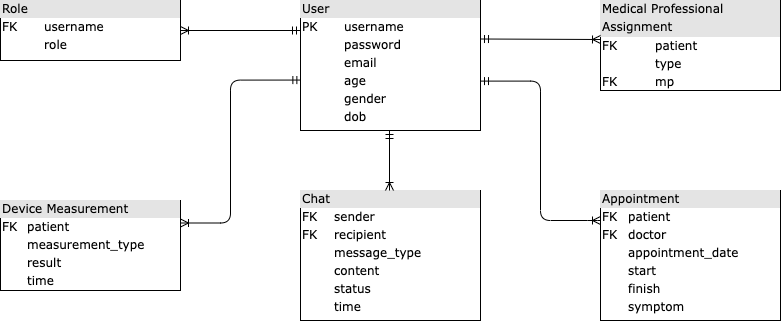
The draw.io diagram Pictures/db.png in Zihang97/Medical_Platform, before a commit. Source tidied: cells renumbered, new cells last; positions are measured from the earlier drawing's top-left corner, leaving out a move shared by most shapes.
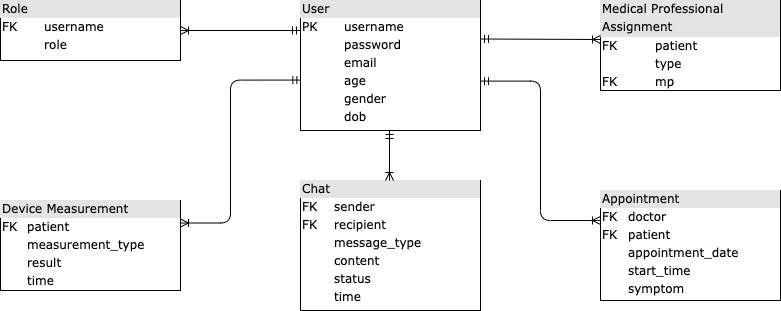
Later version of the same file.

Change to the diagram source:
```diff
@@ -11,8 +11,8 @@
     <mxCell id="4" value="&lt;div style=&quot;box-sizing: border-box ; width: 100% ; background: #e4e4e4 ; padding: 2px&quot;&gt;Device Measurement&lt;/div&gt;&lt;table style=&quot;width: 100% ; font-size: 1em&quot; cellpadding=&quot;2&quot; cellspacing=&quot;0&quot;&gt;&lt;tbody&gt;&lt;tr&gt;&lt;td&gt;FK&lt;br&gt;&lt;/td&gt;&lt;td&gt;patient&lt;/td&gt;&lt;/tr&gt;&lt;tr&gt;&lt;td&gt;&lt;br&gt;&lt;/td&gt;&lt;td&gt;measurement_type&lt;/td&gt;&lt;/tr&gt;&lt;tr&gt;&lt;td&gt;&lt;/td&gt;&lt;td&gt;result&lt;/td&gt;&lt;/tr&gt;&lt;tr&gt;&lt;td&gt;&lt;br&gt;&lt;/td&gt;&lt;td&gt;time&lt;br&gt;&lt;/td&gt;&lt;/tr&gt;&lt;/tbody&gt;&lt;/table&gt;" style="verticalAlign=top;align=left;overflow=fill;html=1;rounded=0;shadow=0;comic=0;labelBackgroundColor=none;strokeWidth=1;fontFamily=Verdana;fontSize=12;" parent="1" vertex="1">
       <mxGeometry y="200" width="180" height="90" as="geometry" />
     </mxCell>
-    <mxCell id="5" value="&lt;div style=&quot;box-sizing: border-box ; width: 100% ; background: #e4e4e4 ; padding: 2px&quot;&gt;Appointment&lt;/div&gt;&lt;table style=&quot;width: 100% ; font-size: 1em&quot; cellpadding=&quot;2&quot; cellspacing=&quot;0&quot;&gt;&lt;tbody&gt;&lt;tr&gt;&lt;td&gt;FK&lt;/td&gt;&lt;td&gt;patient&amp;nbsp;&lt;/td&gt;&lt;/tr&gt;&lt;tr&gt;&lt;td&gt;FK&lt;br&gt;&lt;/td&gt;&lt;td&gt;doctor&lt;/td&gt;&lt;/tr&gt;&lt;tr&gt;&lt;td&gt;&lt;br&gt;&lt;/td&gt;&lt;td&gt;appointment_date&lt;br&gt;&lt;/td&gt;&lt;/tr&gt;&lt;tr&gt;&lt;td&gt;&lt;br&gt;&lt;/td&gt;&lt;td&gt;start&lt;br&gt;&lt;/td&gt;&lt;/tr&gt;&lt;tr&gt;&lt;td&gt;&lt;br&gt;&lt;/td&gt;&lt;td&gt;finish&lt;br&gt;&lt;/td&gt;&lt;/tr&gt;&lt;tr&gt;&lt;td&gt;&lt;br&gt;&lt;/td&gt;&lt;td&gt;symptom&lt;/td&gt;&lt;/tr&gt;&lt;/tbody&gt;&lt;/table&gt;" style="verticalAlign=top;align=left;overflow=fill;html=1;rounded=0;shadow=0;comic=0;labelBackgroundColor=none;strokeWidth=1;fontFamily=Verdana;fontSize=12;" parent="1" vertex="1">
-      <mxGeometry x="600" y="190" width="180" height="130" as="geometry" />
+    <mxCell id="5" value="&lt;div style=&quot;box-sizing: border-box ; width: 100% ; background: #e4e4e4 ; padding: 2px&quot;&gt;Appointment&lt;/div&gt;&lt;table style=&quot;width: 100% ; font-size: 1em&quot; cellpadding=&quot;2&quot; cellspacing=&quot;0&quot;&gt;&lt;tbody&gt;&lt;tr&gt;&lt;td&gt;FK&lt;/td&gt;&lt;td&gt;doctor&lt;br&gt;&lt;/td&gt;&lt;/tr&gt;&lt;tr&gt;&lt;td&gt;FK&lt;br&gt;&lt;/td&gt;&lt;td&gt;patient&amp;nbsp;&lt;/td&gt;&lt;/tr&gt;&lt;tr&gt;&lt;td&gt;&lt;br&gt;&lt;/td&gt;&lt;td&gt;appointment_date&lt;br&gt;&lt;/td&gt;&lt;/tr&gt;&lt;tr&gt;&lt;td&gt;&lt;br&gt;&lt;/td&gt;&lt;td&gt;start_time&lt;br&gt;&lt;/td&gt;&lt;/tr&gt;&lt;tr&gt;&lt;td&gt;&lt;br&gt;&lt;/td&gt;&lt;td&gt;symptom&lt;/td&gt;&lt;/tr&gt;&lt;/tbody&gt;&lt;/table&gt;" style="verticalAlign=top;align=left;overflow=fill;html=1;rounded=0;shadow=0;comic=0;labelBackgroundColor=none;strokeWidth=1;fontFamily=Verdana;fontSize=12;" parent="1" vertex="1">
+      <mxGeometry x="600" y="190" width="180" height="110" as="geometry" />
     </mxCell>
     <mxCell id="6" value="&lt;div style=&quot;box-sizing: border-box ; width: 100% ; background: #e4e4e4 ; padding: 2px&quot;&gt;Medical Professional&amp;nbsp;&lt;/div&gt;&lt;div style=&quot;box-sizing: border-box ; width: 100% ; background: #e4e4e4 ; padding: 2px&quot;&gt;Assignment&lt;/div&gt;&lt;table style=&quot;width: 100% ; font-size: 1em&quot; cellpadding=&quot;2&quot; cellspacing=&quot;0&quot;&gt;&lt;tbody&gt;&lt;tr&gt;&lt;td&gt;FK&lt;br&gt;&lt;/td&gt;&lt;td&gt;patient&lt;/td&gt;&lt;/tr&gt;&lt;tr&gt;&lt;td&gt;&lt;br&gt;&lt;/td&gt;&lt;td&gt;type&lt;/td&gt;&lt;/tr&gt;&lt;tr&gt;&lt;td&gt;FK&lt;/td&gt;&lt;td&gt;mp&lt;/td&gt;&lt;/tr&gt;&lt;/tbody&gt;&lt;/table&gt;" style="verticalAlign=top;align=left;overflow=fill;html=1;rounded=0;shadow=0;comic=0;labelBackgroundColor=none;strokeWidth=1;fontFamily=Verdana;fontSize=12;" parent="1" vertex="1">
       <mxGeometry x="600" width="180" height="90" as="geometry" />
@@ -37,12 +37,12 @@
       </mxGeometry>
     </mxCell>
     <mxCell id="10" value="&lt;div style=&quot;box-sizing: border-box ; width: 100% ; background: #e4e4e4 ; padding: 2px&quot;&gt;Chat&lt;/div&gt;&lt;table style=&quot;width: 100% ; font-size: 1em&quot; cellpadding=&quot;2&quot; cellspacing=&quot;0&quot;&gt;&lt;tbody&gt;&lt;tr&gt;&lt;td&gt;FK&lt;br&gt;&lt;/td&gt;&lt;td&gt;sender&lt;/td&gt;&lt;/tr&gt;&lt;tr&gt;&lt;td&gt;FK&lt;/td&gt;&lt;td&gt;recipient&lt;/td&gt;&lt;/tr&gt;&lt;tr&gt;&lt;td&gt;&lt;/td&gt;&lt;td&gt;message_type&lt;/td&gt;&lt;/tr&gt;&lt;tr&gt;&lt;td&gt;&lt;br&gt;&lt;/td&gt;&lt;td&gt;content&lt;br&gt;&lt;/td&gt;&lt;/tr&gt;&lt;tr&gt;&lt;td&gt;&lt;br&gt;&lt;/td&gt;&lt;td&gt;status&lt;br&gt;&lt;/td&gt;&lt;/tr&gt;&lt;tr&gt;&lt;td&gt;&lt;br&gt;&lt;/td&gt;&lt;td&gt;time&lt;br&gt;&lt;/td&gt;&lt;/tr&gt;&lt;/tbody&gt;&lt;/table&gt;" style="verticalAlign=top;align=left;overflow=fill;html=1;rounded=0;shadow=0;comic=0;labelBackgroundColor=none;strokeWidth=1;fontFamily=Verdana;fontSize=12;" parent="1" vertex="1">
-      <mxGeometry x="300" y="190" width="180" height="130" as="geometry" />
+      <mxGeometry x="300" y="180" width="180" height="130" as="geometry" />
     </mxCell>
-    <mxCell id="11" style="edgeStyle=orthogonalEdgeStyle;html=1;endArrow=ERoneToMany;startArrow=ERmandOne;labelBackgroundColor=none;fontFamily=Verdana;fontSize=12;align=left;entryX=0.5;entryY=0;entryDx=0;entryDy=0;" parent="1" edge="1">
+    <mxCell id="11" style="edgeStyle=orthogonalEdgeStyle;html=1;endArrow=ERoneToMany;startArrow=ERmandOne;labelBackgroundColor=none;fontFamily=Verdana;fontSize=12;align=left;" parent="1" edge="1">
       <mxGeometry relative="1" as="geometry">
         <mxPoint x="389" y="130" as="sourcePoint" />
-        <mxPoint x="389" y="190" as="targetPoint" />
+        <mxPoint x="389" y="180" as="targetPoint" />
       </mxGeometry>
     </mxCell>
     <mxCell id="12" style="edgeStyle=orthogonalEdgeStyle;html=1;endArrow=ERoneToMany;startArrow=ERmandOne;labelBackgroundColor=none;fontFamily=Verdana;fontSize=12;align=left;exitX=1;exitY=0.62;exitDx=0;exitDy=0;exitPerimeter=0;" parent="1" edge="1" source="3">
```
